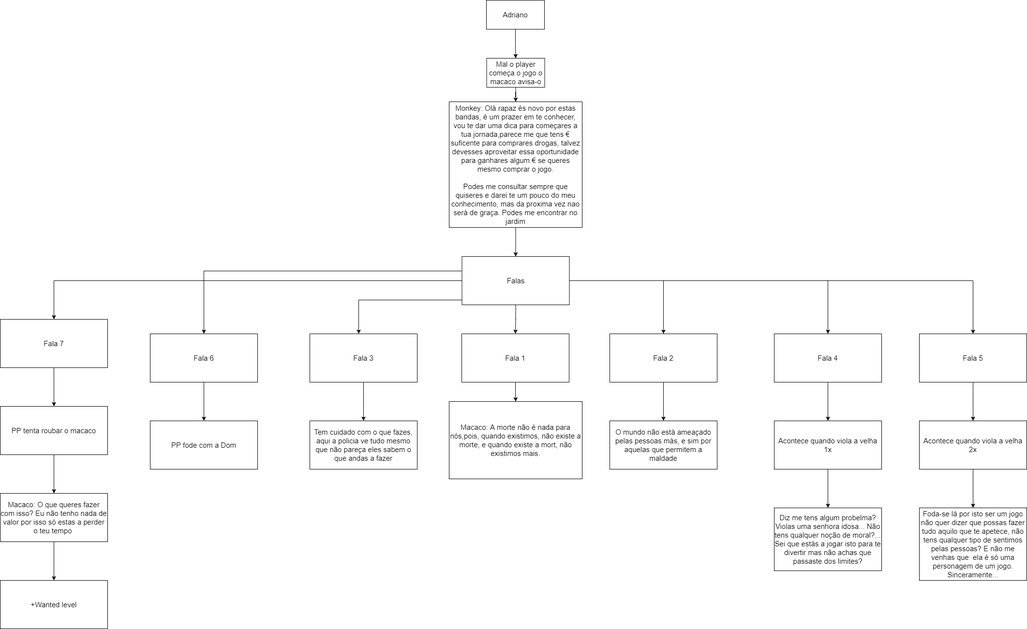
Earlier version of the draw.io export Falas/Falas Adriano.png (Ricoxico/Paradiso). Source tidied: cells renumbered, new cells last; positions are measured from the earlier drawing's top-left corner, leaving out a move shared by most shapes.
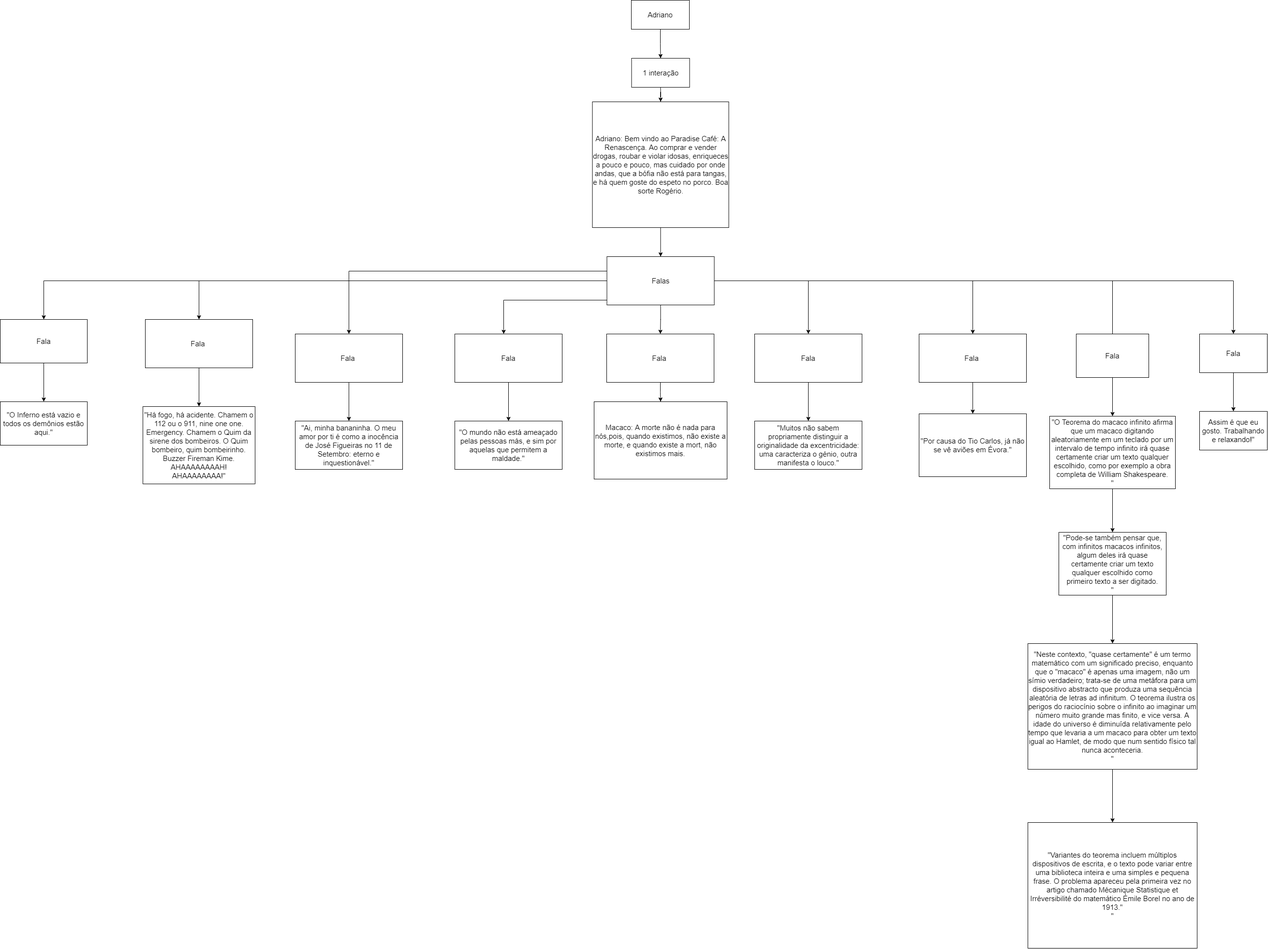
Above is the later version.

Change to the diagram source:
```diff
@@ -11,14 +11,14 @@
     <mxCell id="4" style="edgeStyle=orthogonalEdgeStyle;rounded=0;jettySize=auto;html=1;" parent="1" edge="1" source="5" target="7">
       <mxGeometry relative="1" as="geometry" />
     </mxCell>
-    <mxCell id="5" value="&lt;font style=&quot;font-size: 15px&quot;&gt;Mal o player começa o jogo o macaco avisa-o&lt;/font&gt;" style="rounded=0;whiteSpace=wrap;html=1;" parent="1" vertex="1">
+    <mxCell id="5" value="&lt;font style=&quot;font-size: 15px&quot;&gt;1 interação&lt;/font&gt;" style="rounded=0;whiteSpace=wrap;html=1;" parent="1" vertex="1">
       <mxGeometry x="1005.5" y="120" width="120" height="60" as="geometry" />
     </mxCell>
     <mxCell id="6" style="edgeStyle=orthogonalEdgeStyle;rounded=0;jettySize=auto;html=1;" parent="1" edge="1" source="7" target="16">
       <mxGeometry relative="1" as="geometry" />
     </mxCell>
-    <mxCell id="7" value="&lt;font style=&quot;font-size: 15px&quot;&gt;Monkey: Olá rapaz és novo por estas bandas, é um prazer em te conhecer, vou te dar uma dica para começares a tua jornada,parece me que tens € suficente para comprares drogas, talvez devesses aproveitar essa oportunidade para ganhares algum € se queres mesmo comprar o jogo.&lt;br&gt;&lt;br&gt;Podes me consultar sempre que quiseres e darei te um pouco do meu conhecimento, mas da proxima vez nao será de graça. Podes me encontrar no jardim&lt;br&gt;&lt;/font&gt;" style="rounded=0;whiteSpace=wrap;html=1;" parent="1" vertex="1">
-      <mxGeometry x="928" y="210" width="275" height="260" as="geometry" />
+    <mxCell id="7" value="&lt;font&gt;&lt;span style=&quot;font-size: 15px&quot;&gt;Adriano: Bem vindo ao Paradise Café: A Renascença. Ao comprar e vender drogas, roubar e violar idosas, enriqueces a pouco e pouco, mas cuidado por onde andas, que a bófia não está para tangas, e há quem goste do espeto no porco. Boa sorte Rogério.&lt;/span&gt;&lt;br&gt;&lt;/font&gt;" style="rounded=0;whiteSpace=wrap;html=1;" parent="1" vertex="1">
+      <mxGeometry x="924.5" y="210" width="282" height="260" as="geometry" />
     </mxCell>
     <mxCell id="8" value="&lt;font style=&quot;font-size: 15px&quot;&gt;Macaco: A morte não é nada para nós,pois, quando existimos, não existe a morte, e quando existe a mort, não existimos mais.&lt;br&gt;&lt;/font&gt;" style="rounded=0;whiteSpace=wrap;html=1;" parent="1" vertex="1">
       <mxGeometry x="928" y="830" width="275" height="160" as="geometry" />
@@ -52,92 +52,107 @@
     <mxCell id="15" style="edgeStyle=orthogonalEdgeStyle;rounded=0;jettySize=auto;html=1;" parent="1" edge="1" source="16" target="39">
       <mxGeometry relative="1" as="geometry" />
     </mxCell>
+    <mxCell id="45" style="edgeStyle=orthogonalEdgeStyle;rounded=0;jettySize=auto;html=1;entryX=0.5;entryY=0;entryDx=0;entryDy=0;" parent="1" edge="1" source="16" target="51">
+      <mxGeometry relative="1" as="geometry" />
+    </mxCell>
+    <mxCell id="46" style="edgeStyle=orthogonalEdgeStyle;rounded=0;jettySize=auto;html=1;" parent="1" edge="1" source="16" target="55">
+      <mxGeometry relative="1" as="geometry" />
+    </mxCell>
     <mxCell id="16" value="&lt;font style=&quot;font-size: 15px&quot;&gt;Falas&lt;br&gt;&lt;/font&gt;" style="rounded=0;whiteSpace=wrap;html=1;" parent="1" vertex="1">
       <mxGeometry x="954.5" y="530" width="222" height="100" as="geometry" />
     </mxCell>
     <mxCell id="17" style="edgeStyle=orthogonalEdgeStyle;rounded=0;jettySize=auto;html=1;" parent="1" edge="1" source="18" target="8">
       <mxGeometry relative="1" as="geometry" />
     </mxCell>
-    <mxCell id="18" value="&lt;font style=&quot;font-size: 15px&quot;&gt;Fala 1&lt;br&gt;&lt;/font&gt;" style="rounded=0;whiteSpace=wrap;html=1;" parent="1" vertex="1">
+    <mxCell id="18" value="&lt;font style=&quot;font-size: 15px&quot;&gt;Fala&amp;nbsp;&lt;br&gt;&lt;/font&gt;" style="rounded=0;whiteSpace=wrap;html=1;" parent="1" vertex="1">
       <mxGeometry x="954" y="690" width="222" height="100" as="geometry" />
     </mxCell>
     <mxCell id="19" style="edgeStyle=orthogonalEdgeStyle;rounded=0;jettySize=auto;html=1;" parent="1" edge="1" source="20" target="21">
       <mxGeometry relative="1" as="geometry" />
     </mxCell>
-    <mxCell id="20" value="&lt;font style=&quot;font-size: 15px&quot;&gt;Fala 2&lt;br&gt;&lt;/font&gt;" style="rounded=0;whiteSpace=wrap;html=1;" parent="1" vertex="1">
+    <mxCell id="20" value="&lt;font style=&quot;font-size: 15px&quot;&gt;Fala&lt;br&gt;&lt;/font&gt;" style="rounded=0;whiteSpace=wrap;html=1;" parent="1" vertex="1">
       <mxGeometry x="1260" y="690" width="222" height="100" as="geometry" />
     </mxCell>
-    <mxCell id="21" value="&lt;font style=&quot;font-size: 15px&quot;&gt;O mundo não está ameaçado pelas pessoas más, e sim por aquelas que permitem a maldade&lt;br&gt;&lt;/font&gt;" style="rounded=0;whiteSpace=wrap;html=1;" parent="1" vertex="1">
+    <mxCell id="21" value="&lt;font style=&quot;font-size: 15px&quot;&gt;&quot;Muitos não sabem propriamente distinguir a originalidade da excentricidade: uma caracteriza o génio, outra manifesta o louco.&quot;&lt;br&gt;&lt;/font&gt;" style="rounded=0;whiteSpace=wrap;html=1;" parent="1" vertex="1">
       <mxGeometry x="1260" y="870" width="222" height="100" as="geometry" />
     </mxCell>
     <mxCell id="22" style="edgeStyle=orthogonalEdgeStyle;rounded=0;jettySize=auto;html=1;" parent="1" edge="1" source="23" target="24">
       <mxGeometry relative="1" as="geometry" />
     </mxCell>
-    <mxCell id="23" value="&lt;font style=&quot;font-size: 15px&quot;&gt;Fala 3&lt;br&gt;&lt;/font&gt;" style="rounded=0;whiteSpace=wrap;html=1;" parent="1" vertex="1">
+    <mxCell id="23" value="&lt;font style=&quot;font-size: 15px&quot;&gt;Fala&lt;br&gt;&lt;/font&gt;" style="rounded=0;whiteSpace=wrap;html=1;" parent="1" vertex="1">
       <mxGeometry x="640" y="690" width="222" height="100" as="geometry" />
     </mxCell>
-    <mxCell id="24" value="&lt;font style=&quot;font-size: 15px&quot;&gt;Tem cuidado com o que fazes, aqui a policia ve tudo mesmo que não pareça eles sabem o que andas a fazer&lt;br&gt;&lt;/font&gt;" style="rounded=0;whiteSpace=wrap;html=1;" parent="1" vertex="1">
+    <mxCell id="24" value="&lt;font style=&quot;font-size: 15px&quot;&gt;&quot;O mundo não está ameaçado pelas pessoas más, e sim por aquelas que permitem a maldade.&quot;&lt;br&gt;&lt;/font&gt;" style="rounded=0;whiteSpace=wrap;html=1;" parent="1" vertex="1">
       <mxGeometry x="640" y="870" width="222" height="100" as="geometry" />
     </mxCell>
-    <mxCell id="25" style="edgeStyle=orthogonalEdgeStyle;rounded=0;jettySize=auto;html=1;" parent="1" edge="1" source="26" target="28">
-      <mxGeometry relative="1" as="geometry" />
-    </mxCell>
+    <mxCell id="47" style="edgeStyle=orthogonalEdgeStyle;rounded=0;jettySize=auto;html=1;exitX=0.5;exitY=1;exitDx=0;exitDy=0;" parent="1" edge="1" source="26" target="29">
+      <mxGeometry relative="1" as="geometry" />
+    </mxCell>
-    <mxCell id="26" value="&lt;font style=&quot;font-size: 15px&quot;&gt;Fala 4&lt;br&gt;&lt;/font&gt;" style="rounded=0;whiteSpace=wrap;html=1;" parent="1" vertex="1">
+    <mxCell id="26" value="&lt;font style=&quot;font-size: 15px&quot;&gt;Fala&amp;nbsp;&lt;br&gt;&lt;/font&gt;" style="rounded=0;whiteSpace=wrap;html=1;" parent="1" vertex="1">
       <mxGeometry x="1600" y="690" width="222" height="100" as="geometry" />
     </mxCell>
-    <mxCell id="27" style="edgeStyle=orthogonalEdgeStyle;rounded=0;jettySize=auto;html=1;" parent="1" edge="1" source="28" target="29">
-      <mxGeometry relative="1" as="geometry" />
-    </mxCell>
-    <mxCell id="28" value="&lt;font style=&quot;font-size: 15px&quot;&gt;Acontece quando viola a velha 1x&lt;/font&gt;" style="rounded=0;whiteSpace=wrap;html=1;" parent="1" vertex="1">
-      <mxGeometry x="1600" y="870" width="222" height="100" as="geometry" />
-    </mxCell>
-    <mxCell id="29" value="&lt;font style=&quot;font-size: 15px&quot;&gt;Diz me tens algum probelma? Violas uma senhora idosa... Não tens qualquer noção de moral?... Sei que estás a jogar isto para te divertir mas não achas que passaste dos limites?&lt;/font&gt;" style="rounded=0;whiteSpace=wrap;html=1;" parent="1" vertex="1">
-      <mxGeometry x="1600" y="1050" width="222" height="130" as="geometry" />
+    <mxCell id="29" value="&lt;font style=&quot;font-size: 15px&quot;&gt;&quot;Por causa do Tio Carlos, já não se vê aviões em Évora.&quot;&lt;/font&gt;" style="rounded=0;whiteSpace=wrap;html=1;" parent="1" vertex="1">
+      <mxGeometry x="1600" y="855" width="222" height="130" as="geometry" />
     </mxCell>
     <mxCell id="30" style="edgeStyle=orthogonalEdgeStyle;rounded=0;jettySize=auto;html=1;" parent="1" edge="1" source="31" target="33">
       <mxGeometry relative="1" as="geometry" />
     </mxCell>
-    <mxCell id="31" value="&lt;font style=&quot;font-size: 15px&quot;&gt;Fala 5&lt;br&gt;&lt;/font&gt;" style="rounded=0;whiteSpace=wrap;html=1;" parent="1" vertex="1">
-      <mxGeometry x="1900" y="690" width="222" height="100" as="geometry" />
+    <mxCell id="31" value="&lt;font style=&quot;font-size: 15px&quot;&gt;&lt;div&gt;&quot;O Teorema do macaco infinito afirma que um macaco digitando aleatoriamente em um teclado por um intervalo de tempo infinito irá quase certamente criar um texto qualquer escolhido, como por exemplo a obra completa de William Shakespeare.&lt;/div&gt;&lt;div&gt;&quot;&lt;/div&gt;&lt;/font&gt;" style="rounded=0;whiteSpace=wrap;html=1;" parent="1" vertex="1">
+      <mxGeometry x="1870" y="860" width="260" height="150" as="geometry" />
     </mxCell>
     <mxCell id="32" style="edgeStyle=orthogonalEdgeStyle;rounded=0;jettySize=auto;html=1;" parent="1" edge="1" source="33" target="34">
       <mxGeometry relative="1" as="geometry" />
     </mxCell>
-    <mxCell id="33" value="&lt;font style=&quot;font-size: 15px&quot;&gt;Acontece quando viola a velha 2x&lt;br&gt;&lt;/font&gt;" style="rounded=0;whiteSpace=wrap;html=1;" parent="1" vertex="1">
-      <mxGeometry x="1900" y="870" width="222" height="100" as="geometry" />
+    <mxCell id="33" value="&lt;font style=&quot;font-size: 15px&quot;&gt;&lt;div&gt;&quot;Pode-se também pensar que, com infinitos macacos infinitos, algum deles irá quase certamente criar um texto qualquer escolhido como primeiro texto a ser digitado.&lt;/div&gt;&lt;div&gt;&quot;&lt;/div&gt;&lt;/font&gt;" style="rounded=0;whiteSpace=wrap;html=1;" parent="1" vertex="1">
+      <mxGeometry x="1889" y="1100" width="222" height="130" as="geometry" />
     </mxCell>
+    <mxCell id="48" style="edgeStyle=orthogonalEdgeStyle;rounded=0;jettySize=auto;html=1;" parent="1" edge="1" source="34" target="49">
+      <mxGeometry relative="1" as="geometry" />
+    </mxCell>
-    <mxCell id="34" value="&lt;font style=&quot;font-size: 15px&quot;&gt;Foda-se lá por isto ser um jogo não quer dizer que possas fazer tudo aquilo que te apetece, não tens qualquer tipo de sentimos pelas pessoas? E não me venhas que&amp;nbsp; ela é só uma personagem de um jogo. Sinceramente...&lt;br&gt;&lt;/font&gt;" style="rounded=0;whiteSpace=wrap;html=1;" parent="1" vertex="1">
-      <mxGeometry x="1900" y="1050" width="222" height="150" as="geometry" />
+    <mxCell id="34" value="&lt;font style=&quot;font-size: 15px&quot;&gt;&lt;div&gt;&quot;Neste contexto, &quot;quase certamente&quot; é um termo matemático com um significado preciso, enquanto que o &quot;macaco&quot; é apenas uma imagem, não um símio verdadeiro; trata-se de uma metáfora para um dispositivo abstracto que produza uma sequência aleatória de letras ad infinitum. O teorema ilustra os perigos do raciocínio sobre o infinito ao imaginar um número muito grande mas finito, e vice versa. A idade do universo é diminuída relativamente pelo tempo que levaria a um macaco para obter um texto igual ao Hamlet, de modo que num sentido físico tal nunca aconteceria.&lt;/div&gt;&lt;div&gt;&quot;&lt;/div&gt;&lt;/font&gt;" style="rounded=0;whiteSpace=wrap;html=1;" parent="1" vertex="1">
+      <mxGeometry x="1825" y="1330" width="350" height="260" as="geometry" />
     </mxCell>
     <mxCell id="35" style="edgeStyle=orthogonalEdgeStyle;rounded=0;jettySize=auto;html=1;" parent="1" edge="1" source="36" target="37">
       <mxGeometry relative="1" as="geometry" />
     </mxCell>
-    <mxCell id="36" value="&lt;font style=&quot;font-size: 15px&quot;&gt;Fala 6&lt;br&gt;&lt;/font&gt;" style="rounded=0;whiteSpace=wrap;html=1;" parent="1" vertex="1">
+    <mxCell id="36" value="&lt;font style=&quot;font-size: 15px&quot;&gt;Fala&amp;nbsp;&lt;br&gt;&lt;/font&gt;" style="rounded=0;whiteSpace=wrap;html=1;" parent="1" vertex="1">
       <mxGeometry x="310" y="690" width="222" height="100" as="geometry" />
     </mxCell>
-    <mxCell id="37" value="&lt;font style=&quot;font-size: 15px&quot;&gt;PP fode com a Dom&lt;/font&gt;" style="rounded=0;whiteSpace=wrap;html=1;" parent="1" vertex="1">
+    <mxCell id="37" value="&lt;font style=&quot;font-size: 15px&quot;&gt;&quot;Ai, minha bananinha. O meu amor por ti é como a inocência de José Figueiras no 11 de Setembro: eterno e inquestionável.&quot;&lt;/font&gt;" style="rounded=0;whiteSpace=wrap;html=1;" parent="1" vertex="1">
       <mxGeometry x="310" y="870" width="222" height="100" as="geometry" />
     </mxCell>
     <mxCell id="38" style="edgeStyle=orthogonalEdgeStyle;rounded=0;jettySize=auto;html=1;" parent="1" edge="1" source="39" target="41">
       <mxGeometry relative="1" as="geometry" />
     </mxCell>
-    <mxCell id="39" value="&lt;font style=&quot;font-size: 15px&quot;&gt;Fala 7&lt;br&gt;&lt;/font&gt;" style="rounded=0;whiteSpace=wrap;html=1;" parent="1" vertex="1">
+    <mxCell id="39" value="&lt;font style=&quot;font-size: 15px&quot;&gt;Fala&amp;nbsp;&lt;br&gt;&lt;/font&gt;" style="rounded=0;whiteSpace=wrap;html=1;" parent="1" vertex="1">
       <mxGeometry y="660" width="222" height="100" as="geometry" />
     </mxCell>
-    <mxCell id="40" style="edgeStyle=orthogonalEdgeStyle;rounded=0;jettySize=auto;html=1;" parent="1" edge="1" source="41" target="43">
-      <mxGeometry relative="1" as="geometry" />
-    </mxCell>
-    <mxCell id="41" value="&lt;font style=&quot;font-size: 15px&quot;&gt;PP tenta roubar o macaco&lt;br&gt;&lt;/font&gt;" style="rounded=0;whiteSpace=wrap;html=1;" parent="1" vertex="1">
-      <mxGeometry y="840" width="222" height="100" as="geometry" />
+    <mxCell id="41" value="&lt;font style=&quot;font-size: 15px&quot;&gt;&quot;Há fogo, há acidente. Chamem o 112 ou o 911, nine one one. Emergency. Chamem o Quim da sirene dos bombeiros. O Quim bombeiro, quim bombeirinho. Buzzer Fireman Kime. AHAAAAAAAAH! AHAAAAAAAA!&quot;&lt;br&gt;&lt;/font&gt;" style="rounded=0;whiteSpace=wrap;html=1;" parent="1" vertex="1">
+      <mxGeometry x="-5" y="840" width="232" height="160" as="geometry" />
     </mxCell>
-    <mxCell id="42" style="edgeStyle=orthogonalEdgeStyle;rounded=0;jettySize=auto;html=1;" parent="1" edge="1" source="43" target="44">
-      <mxGeometry relative="1" as="geometry" />
-    </mxCell>
-    <mxCell id="43" value="&lt;font style=&quot;font-size: 15px&quot;&gt;Macaco: O que queres fazer com isso? Eu não tenho nada de valor por isso só estas a perder o teu tempo&amp;nbsp;&lt;br&gt;&lt;/font&gt;" style="rounded=0;whiteSpace=wrap;html=1;" parent="1" vertex="1">
-      <mxGeometry y="1020" width="222" height="100" as="geometry" />
-    </mxCell>
-    <mxCell id="44" value="&lt;font style=&quot;font-size: 15px&quot;&gt;+Wanted level&lt;br&gt;&lt;/font&gt;" style="rounded=0;whiteSpace=wrap;html=1;" parent="1" vertex="1">
-      <mxGeometry y="1200" width="222" height="100" as="geometry" />
-    </mxCell>
+    <mxCell id="49" value="&lt;font&gt;&lt;span style=&quot;font-size: 15px&quot;&gt;&quot;Variantes do teorema incluem múltiplos dispositivos de escrita, e o texto pode variar entre uma biblioteca inteira e uma simples e pequena frase. O problema apareceu pela primeira vez no artigo chamado Mécanique Statistique et Irréversibilité do matemático Émile Borel no ano de 1913.&quot;&lt;/span&gt;&lt;div style=&quot;font-size: 15px&quot;&gt;&lt;span&gt;&quot;&lt;/span&gt;&lt;br&gt;&lt;/div&gt;&lt;/font&gt;" style="rounded=0;whiteSpace=wrap;html=1;" parent="1" vertex="1">
+      <mxGeometry x="1825" y="1700" width="350" height="260" as="geometry" />
+    </mxCell>
+    <mxCell id="50" style="edgeStyle=orthogonalEdgeStyle;rounded=0;jettySize=auto;html=1;" parent="1" edge="1" source="51" target="53">
+      <mxGeometry relative="1" as="geometry" />
+    </mxCell>
+    <mxCell id="51" value="&lt;font style=&quot;font-size: 15px&quot;&gt;Fala&lt;/font&gt;" style="rounded=0;whiteSpace=wrap;html=1;" parent="1" vertex="1">
+      <mxGeometry x="-300" y="660" width="180" height="90" as="geometry" />
+    </mxCell>
+    <mxCell id="52" value="&lt;font style=&quot;font-size: 15px&quot;&gt;Fala&lt;/font&gt;" style="rounded=0;whiteSpace=wrap;html=1;" parent="1" vertex="1">
+      <mxGeometry x="1925" y="690" width="150" height="90" as="geometry" />
+    </mxCell>
+    <mxCell id="53" value="&lt;font style=&quot;font-size: 15px&quot;&gt;&quot;O Inferno está vazio e todos os demônios estão aqui.&quot;&lt;/font&gt;" style="rounded=0;whiteSpace=wrap;html=1;" parent="1" vertex="1">
+      <mxGeometry x="-300" y="830" width="180" height="90" as="geometry" />
+    </mxCell>
+    <mxCell id="54" style="edgeStyle=orthogonalEdgeStyle;rounded=0;jettySize=auto;html=1;" parent="1" edge="1" source="55" target="56">
+      <mxGeometry relative="1" as="geometry" />
+    </mxCell>
+    <mxCell id="55" value="&lt;font style=&quot;font-size: 15px&quot;&gt;Fala&lt;/font&gt;" style="rounded=0;whiteSpace=wrap;html=1;" parent="1" vertex="1">
+      <mxGeometry x="2180" y="690" width="140" height="80" as="geometry" />
+    </mxCell>
+    <mxCell id="56" value="&lt;font style=&quot;font-size: 15px&quot;&gt;Assim é que eu gosto. Trabalhando e relaxando!&quot;&lt;/font&gt;" style="rounded=0;whiteSpace=wrap;html=1;" parent="1" vertex="1">
+      <mxGeometry x="2180" y="850" width="140" height="80" as="geometry" />
+    </mxCell>
   </root>
 </mxGraphModel>
```
